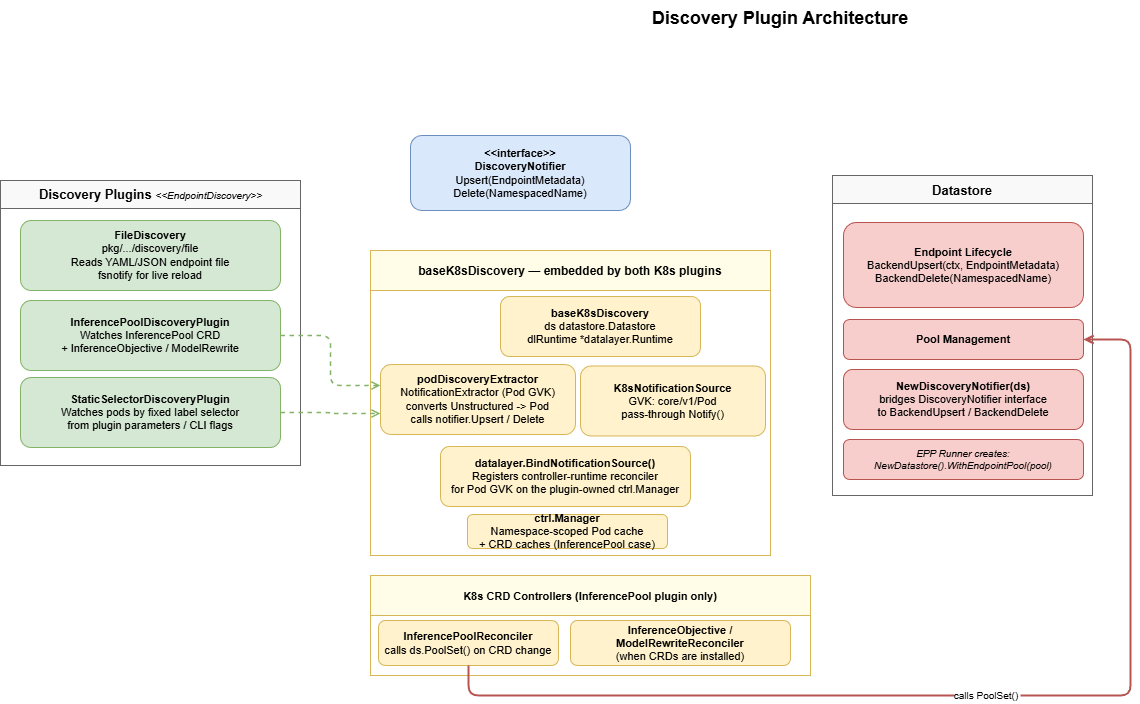
Before: docs/images/discovery-architecture.drawio.png, a diagram exported from draw.io (llm-d/llm-d-inference-scheduler). Source tidied: cells renumbered, new cells last; positions are measured from the earlier drawing's top-left corner, leaving out a move shared by most shapes.
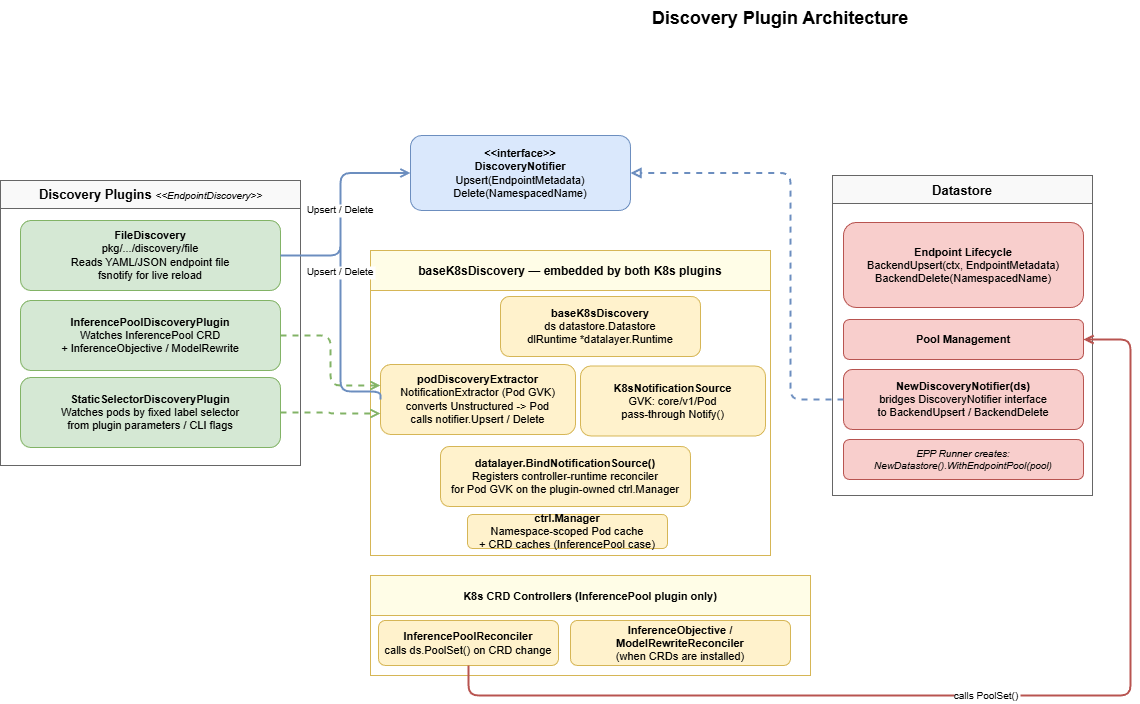
Later version of the same file.

What changed in the source:
```diff
@@ -78,7 +78,28 @@
       <mxGeometry relative="1" as="geometry" />
     </mxCell>
     <mxCell id="25" style="edgeStyle=orthogonalEdgeStyle;endArrow=block;endFill=0;dashed=1;fontSize=10;strokeColor=#6c8ebf;strokeWidth=2;exitX=0;exitY=0.5;exitDx=0;exitDy=0;entryX=1;entryY=0.5;entryDx=0;entryDy=0;" parent="1" edge="1" source="17" target="3">
-      <mxGeometry relative="1" as="geometry" />
+      <mxGeometry relative="1" as="geometry">
+        <Array as="points">
+          <mxPoint x="790" y="399" />
+          <mxPoint x="790" y="173" />
+        </Array>
+      </mxGeometry>
     </mxCell>
+    <mxCell id="26" value="Upsert / Delete" style="edgeStyle=orthogonalEdgeStyle;endArrow=open;endFill=0;fontSize=10;strokeColor=#6c8ebf;exitX=0;exitY=0.5;exitDx=0;exitDy=0;entryX=0;entryY=0.5;entryDx=0;entryDy=0;strokeWidth=2;" parent="1" edge="1" source="10" target="3">
+      <mxGeometry relative="1" as="geometry">
+        <Array as="points">
+          <mxPoint x="340" y="391" />
+          <mxPoint x="340" y="173" />
+        </Array>
+      </mxGeometry>
+    </mxCell>
+    <mxCell id="27" value="Upsert / Delete" style="edgeStyle=orthogonalEdgeStyle;endArrow=open;endFill=0;fontSize=10;strokeColor=#6c8ebf;entryX=0;entryY=0.5;entryDx=0;entryDy=0;strokeWidth=2;exitX=1;exitY=0.5;exitDx=0;exitDy=0;" parent="1" edge="1" source="5" target="3">
+      <mxGeometry relative="1" as="geometry">
+        <Array as="points">
+          <mxPoint x="340" y="255" />
+          <mxPoint x="340" y="173" />
+        </Array>
+      </mxGeometry>
+    </mxCell>
   </root>
 </mxGraphModel>
```
